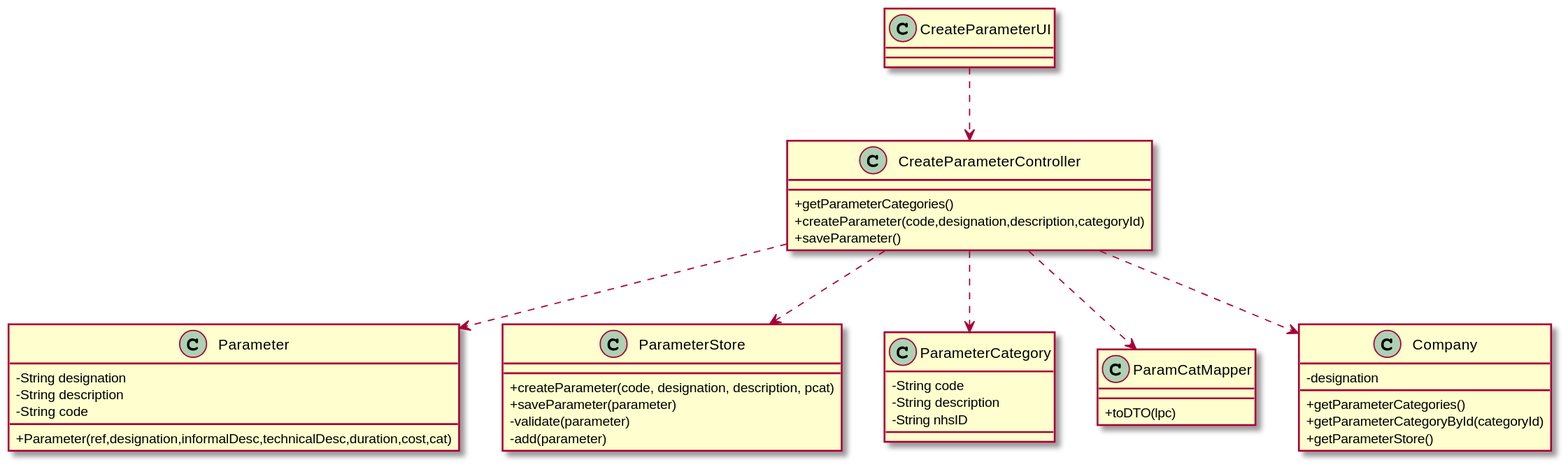
Before: docs/SprintB/US10/US10-CD.svg, a diagram exported from PlantUML (0franciscor/lei-21-s2-1de-g19). Source of this version:
```plantuml
@startuml
skinparam classAttributeIconSize 0

class Parameter {
  - String designation
  - String description
  - String code
  +Parameter(ref,designation,informalDesc,technicalDesc,duration,cost,cat)
}

class ParameterStore{
  +createParameter(code, designation, description, pcat)
  +saveParameter(parameter)
  -validate(parameter)
  -add(parameter)
}

class ParameterCategory {
  -String code
  -String description
  -String nhsID
}

class ParamCatMapper{
  +toDTO(lpc)
}

class Company {
  -designation
  +getParameterCategories()
  +getParameterCategoryById(categoryId)
  +getParameterStore()
}

class CreateParameterController {
  +getParameterCategories()
  +createParameter(code,designation,description,categoryId)
  +saveParameter()
}

class CreateParameterUI {
}

CreateParameterUI ..> CreateParameterController
CreateParameterController ..> ParameterCategory
CreateParameterController ..> ParamCatMapper
CreateParameterController ..> Parameter
CreateParameterController ..> Company
CreateParameterController ..> ParameterStore



@enduml
```
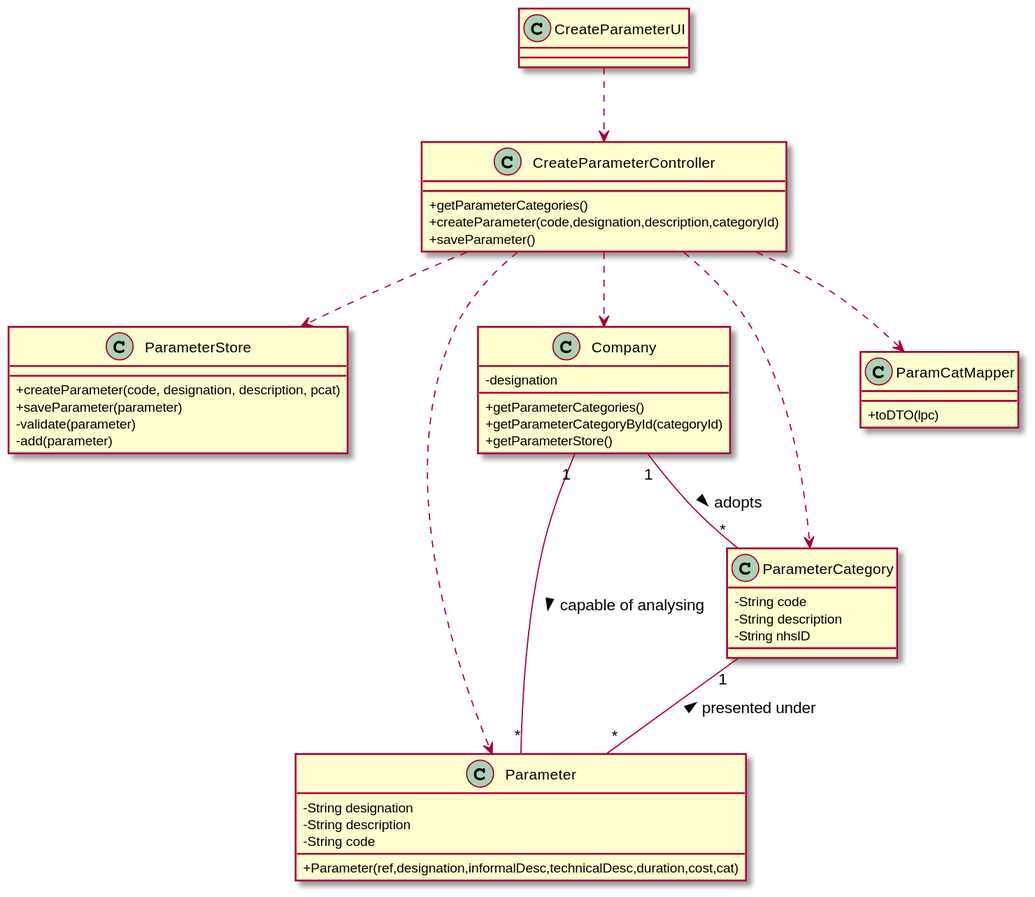
The same diagram one commit later.

Commit message:
acréscimo de ligações no CD US10

Change to the diagram source:
```diff
@@ -1,5 +1,14 @@
 @startuml
 skinparam classAttributeIconSize 0
+
+
+class ParameterStore{
+  +createParameter(code, designation, description, pcat)
+  +saveParameter(parameter)
+  -validate(parameter)
+  -add(parameter)
+}
+
 
 class Parameter {
   - String designation
@@ -8,11 +17,11 @@
   +Parameter(ref,designation,informalDesc,technicalDesc,duration,cost,cat)
 }
 
-class ParameterStore{
-  +createParameter(code, designation, description, pcat)
-  +saveParameter(parameter)
-  -validate(parameter)
-  -add(parameter)
+class Company {
+  -designation
+  +getParameterCategories()
+  +getParameterCategoryById(categoryId)
+  +getParameterStore()
 }
 
 class ParameterCategory {
@@ -21,16 +30,12 @@
   -String nhsID
 }
 
+
+
 class ParamCatMapper{
   +toDTO(lpc)
 }
 
-class Company {
-  -designation
-  +getParameterCategories()
-  +getParameterCategoryById(categoryId)
-  +getParameterStore()
-}
 
 class CreateParameterController {
   +getParameterCategories()
@@ -48,6 +53,10 @@
 CreateParameterController ..> Company
 CreateParameterController ..> ParameterStore
 
+Company "1" -- "*" Parameter : > capable of analysing
+Company "1" -- "*" ParameterCategory : > adopts
+ParameterCategory "1" -- "*" Parameter : < presented under
+
 
 
 @enduml
```
